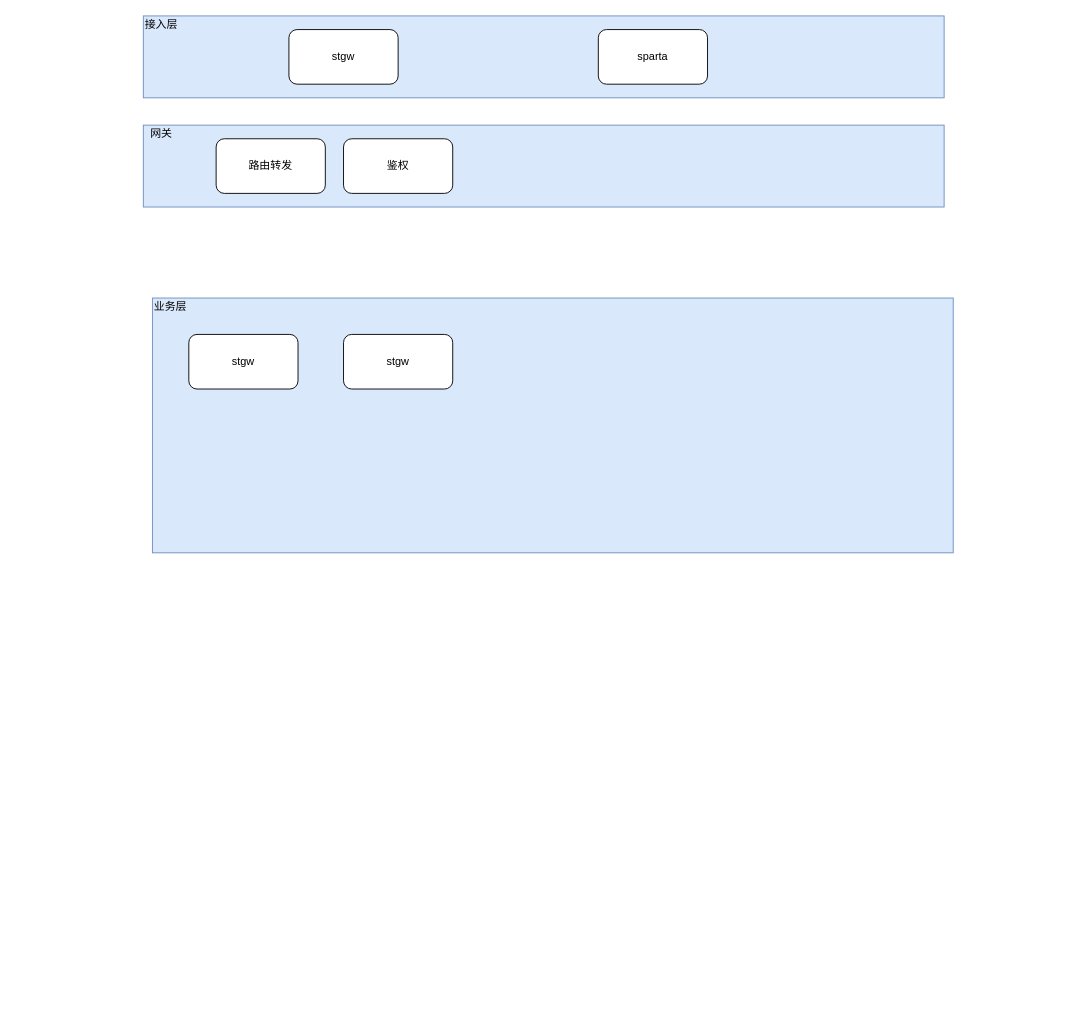
The draw.io diagram 2020H2架构图.drawio in SaturnRings/draw, before the edit. Source tidied: cells renumbered, new cells numbered last; positions are measured from the earlier drawing's top-left corner, leaving out a move shared by most shapes. Both pictures are drawn from the tidied source at 91%, with x=0, y=0 at pixel (143, 15).
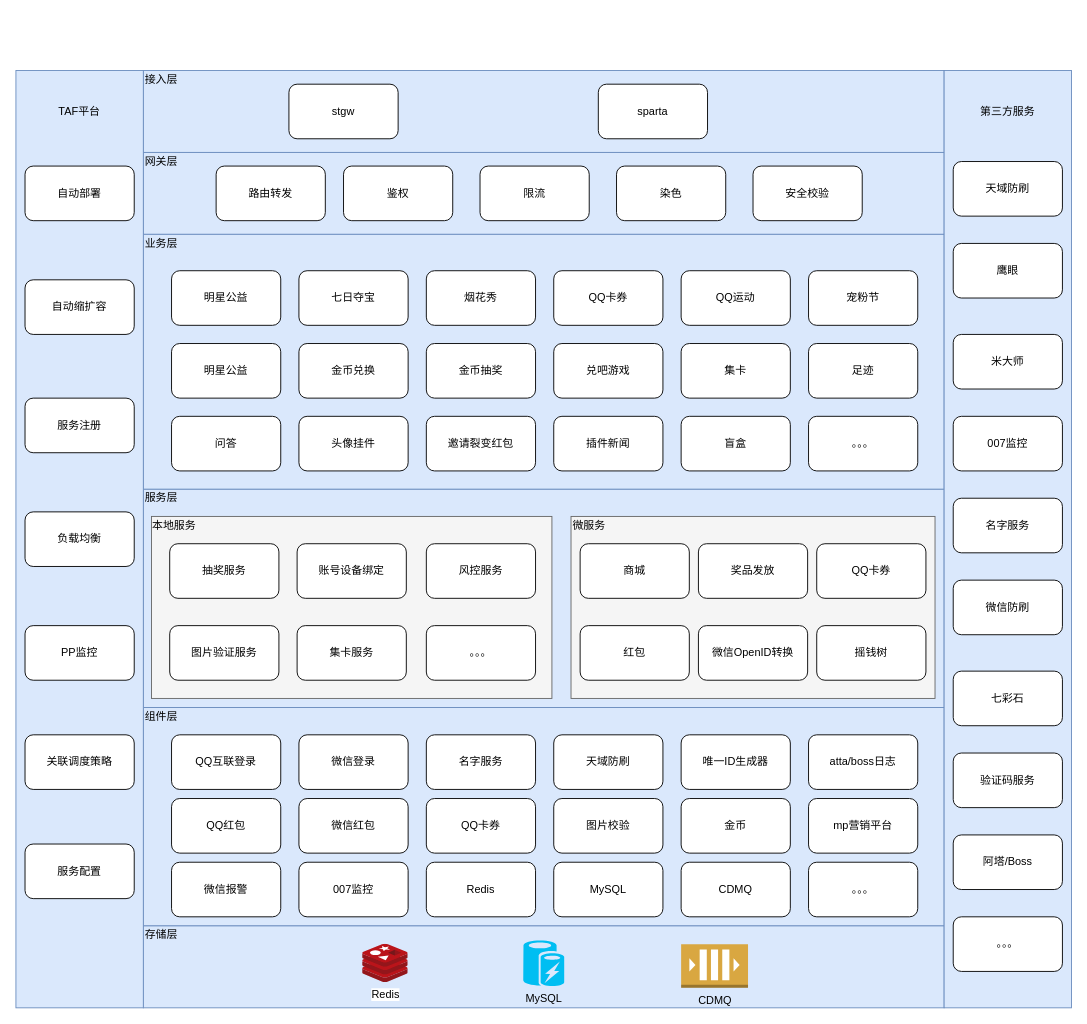
The same diagram, later.

Diff of the diagram source:
```diff
@@
+    <mxCell id="14" style="rounded=0;whiteSpace=wrap;html=1;fillColor=#dae8fc;strokeColor=#6c8ebf;" parent="1" vertex="1">
+      <mxGeometry y="760" width="880" height="240" as="geometry" />
+    </mxCell>
+    <mxCell id="15" value="组件层" style="text;html=1;strokeColor=none;fillColor=none;align=center;verticalAlign=middle;whiteSpace=wrap;rounded=0;" parent="1" vertex="1">
+      <mxGeometry y="760" width="40" height="20" as="geometry" />
+    </mxCell>
+    <mxCell id="16" style="group;" parent="1" vertex="1">
+      <mxGeometry y="60" width="880" height="90" as="geometry" />
+    </mxCell>
-    <mxCell id="2" style="rounded=0;whiteSpace=wrap;html=1;fillColor=#dae8fc;strokeColor=#6c8ebf;" parent="1" vertex="1">
+    <mxCell id="2" style="rounded=0;whiteSpace=wrap;html=1;fillColor=#dae8fc;strokeColor=#6c8ebf;" parent="16" vertex="1">
       <mxGeometry width="880" height="90" as="geometry" />
     </mxCell>
-    <mxCell id="3" style="rounded=0;whiteSpace=wrap;html=1;fillColor=#dae8fc;strokeColor=#6c8ebf;" parent="1" vertex="1">
-      <mxGeometry x="10" y="310" width="880" height="280" as="geometry" />
-    </mxCell>
-    <mxCell id="4" value="stgw" style="rounded=1;whiteSpace=wrap;html=1;" parent="1" vertex="1">
+    <mxCell id="4" value="stgw" style="rounded=1;whiteSpace=wrap;html=1;" parent="16" vertex="1">
       <mxGeometry x="160" y="15" width="120" height="60" as="geometry" />
     </mxCell>
-    <mxCell id="5" value="接入层" style="text;html=1;strokeColor=none;fillColor=none;align=center;verticalAlign=middle;whiteSpace=wrap;rounded=0;" parent="1" vertex="1">
+    <mxCell id="5" value="接入层" style="text;html=1;strokeColor=none;fillColor=none;align=center;verticalAlign=middle;whiteSpace=wrap;rounded=0;" parent="16" vertex="1">
       <mxGeometry width="40" height="20" as="geometry" />
     </mxCell>
-    <mxCell id="6" value="sparta" style="rounded=1;whiteSpace=wrap;html=1;" parent="1" vertex="1">
+    <mxCell id="6" value="sparta" style="rounded=1;whiteSpace=wrap;html=1;" parent="16" vertex="1">
       <mxGeometry x="500" y="15" width="120" height="60" as="geometry" />
     </mxCell>
-    <mxCell id="7" value="业务层" style="text;html=1;strokeColor=none;fillColor=none;align=center;verticalAlign=middle;whiteSpace=wrap;rounded=0;" parent="1" vertex="1">
-      <mxGeometry x="10" y="310" width="40" height="20" as="geometry" />
-    </mxCell>
-    <mxCell id="8" value="stgw" style="rounded=1;whiteSpace=wrap;html=1;" parent="1" vertex="1">
-      <mxGeometry x="50" y="350" width="120" height="60" as="geometry" />
-    </mxCell>
-    <mxCell id="9" value="stgw" style="rounded=1;whiteSpace=wrap;html=1;" parent="1" vertex="1">
-      <mxGeometry x="220" y="350" width="120" height="60" as="geometry" />
-    </mxCell>
+    <mxCell id="17" style="group;" parent="1" vertex="1">
+      <mxGeometry y="150" width="880" height="90" as="geometry" />
+    </mxCell>
-    <mxCell id="10" style="rounded=0;whiteSpace=wrap;html=1;fillColor=#dae8fc;strokeColor=#6c8ebf;" parent="1" vertex="1">
-      <mxGeometry y="120" width="880" height="90" as="geometry" />
+    <mxCell id="10" style="rounded=0;whiteSpace=wrap;html=1;fillColor=#dae8fc;strokeColor=#6c8ebf;" parent="17" vertex="1">
+      <mxGeometry width="880" height="90" as="geometry" />
     </mxCell>
-    <mxCell id="11" value="路由转发" style="rounded=1;whiteSpace=wrap;html=1;" parent="1" vertex="1">
-      <mxGeometry x="80" y="135" width="120" height="60" as="geometry" />
+    <mxCell id="11" value="路由转发" style="rounded=1;whiteSpace=wrap;html=1;" parent="17" vertex="1">
+      <mxGeometry x="80" y="15" width="120" height="60" as="geometry" />
     </mxCell>
-    <mxCell id="12" value="网关" style="text;html=1;strokeColor=none;fillColor=none;align=center;verticalAlign=middle;whiteSpace=wrap;rounded=0;" parent="1" vertex="1">
-      <mxGeometry y="120" width="40" height="20" as="geometry" />
+    <mxCell id="12" value="网关层" style="text;html=1;strokeColor=none;fillColor=none;align=center;verticalAlign=middle;whiteSpace=wrap;rounded=0;" parent="17" vertex="1">
+      <mxGeometry width="40" height="20" as="geometry" />
     </mxCell>
-    <mxCell id="13" value="鉴权" style="rounded=1;whiteSpace=wrap;html=1;" parent="1" vertex="1">
-      <mxGeometry x="220" y="135" width="120" height="60" as="geometry" />
+    <mxCell id="13" value="鉴权" style="rounded=1;whiteSpace=wrap;html=1;" parent="17" vertex="1">
+      <mxGeometry x="220" y="15" width="120" height="60" as="geometry" />
     </mxCell>
+    <mxCell id="18" value="限流" style="rounded=1;whiteSpace=wrap;html=1;" parent="17" vertex="1">
+      <mxGeometry x="370" y="15" width="120" height="60" as="geometry" />
+    </mxCell>
+    <mxCell id="19" value="染色" style="rounded=1;whiteSpace=wrap;html=1;" parent="17" vertex="1">
+      <mxGeometry x="520" y="15" width="120" height="60" as="geometry" />
+    </mxCell>
+    <mxCell id="20" value="安全校验" style="rounded=1;whiteSpace=wrap;html=1;" parent="17" vertex="1">
+      <mxGeometry x="670" y="15" width="120" height="60" as="geometry" />
+    </mxCell>
+    <mxCell id="21" style="group;" parent="1" vertex="1">
+      <mxGeometry y="520" width="880" height="240" as="geometry" />
+    </mxCell>
+    <mxCell id="22" style="rounded=0;whiteSpace=wrap;html=1;fillColor=#dae8fc;strokeColor=#6c8ebf;" parent="21" vertex="1">
+      <mxGeometry width="880" height="240" as="geometry" />
+    </mxCell>
+    <mxCell id="23" value="服务层" style="text;html=1;strokeColor=none;fillColor=none;align=center;verticalAlign=middle;whiteSpace=wrap;rounded=0;" parent="21" vertex="1">
+      <mxGeometry width="40" height="20" as="geometry" />
+    </mxCell>
+    <mxCell id="24" style="rounded=0;whiteSpace=wrap;html=1;fillColor=#f5f5f5;strokeColor=#666666;fontColor=#333333;" parent="21" vertex="1">
+      <mxGeometry x="9" y="30" width="440" height="200" as="geometry" />
+    </mxCell>
+    <mxCell id="25" value="本地服务" style="text;html=1;strokeColor=none;fillColor=none;align=center;verticalAlign=middle;whiteSpace=wrap;rounded=0;" parent="21" vertex="1">
+      <mxGeometry x="9" y="30" width="50" height="20" as="geometry" />
+    </mxCell>
+    <mxCell id="26" value="抽奖服务" style="rounded=1;whiteSpace=wrap;html=1;" parent="21" vertex="1">
+      <mxGeometry x="29" y="60" width="120" height="60" as="geometry" />
+    </mxCell>
+    <mxCell id="27" value="账号设备绑定" style="rounded=1;whiteSpace=wrap;html=1;" parent="21" vertex="1">
+      <mxGeometry x="169" y="60" width="120" height="60" as="geometry" />
+    </mxCell>
+    <mxCell id="28" value="风控服务" style="rounded=1;whiteSpace=wrap;html=1;" parent="21" vertex="1">
+      <mxGeometry x="311" y="60" width="120" height="60" as="geometry" />
+    </mxCell>
+    <mxCell id="29" value="图片验证服务" style="rounded=1;whiteSpace=wrap;html=1;" parent="21" vertex="1">
+      <mxGeometry x="29" y="150" width="120" height="60" as="geometry" />
+    </mxCell>
+    <mxCell id="30" value="集卡服务" style="rounded=1;whiteSpace=wrap;html=1;" parent="21" vertex="1">
+      <mxGeometry x="169" y="150" width="120" height="60" as="geometry" />
+    </mxCell>
+    <mxCell id="31" value="。。。" style="rounded=1;whiteSpace=wrap;html=1;" parent="21" vertex="1">
+      <mxGeometry x="311" y="150" width="120" height="60" as="geometry" />
+    </mxCell>
+    <mxCell id="32" style="rounded=0;whiteSpace=wrap;html=1;fillColor=#f5f5f5;strokeColor=#666666;fontColor=#333333;" parent="21" vertex="1">
+      <mxGeometry x="470" y="30" width="400" height="200" as="geometry" />
+    </mxCell>
+    <mxCell id="33" value="微服务" style="text;html=1;strokeColor=none;fillColor=none;align=center;verticalAlign=middle;whiteSpace=wrap;rounded=0;" parent="21" vertex="1">
+      <mxGeometry x="470" y="30" width="40" height="20" as="geometry" />
+    </mxCell>
+    <mxCell id="34" value="商城" style="rounded=1;whiteSpace=wrap;html=1;" parent="21" vertex="1">
+      <mxGeometry x="480" y="60" width="120" height="60" as="geometry" />
+    </mxCell>
+    <mxCell id="35" value="奖品发放" style="rounded=1;whiteSpace=wrap;html=1;" parent="21" vertex="1">
+      <mxGeometry x="610" y="60" width="120" height="60" as="geometry" />
+    </mxCell>
+    <mxCell id="36" value="QQ卡券" style="rounded=1;whiteSpace=wrap;html=1;" parent="21" vertex="1">
+      <mxGeometry x="740" y="60" width="120" height="60" as="geometry" />
+    </mxCell>
+    <mxCell id="37" value="红包" style="rounded=1;whiteSpace=wrap;html=1;" parent="21" vertex="1">
+      <mxGeometry x="480" y="150" width="120" height="60" as="geometry" />
+    </mxCell>
+    <mxCell id="38" value="微信OpenID转换" style="rounded=1;whiteSpace=wrap;html=1;" parent="21" vertex="1">
+      <mxGeometry x="610" y="150" width="120" height="60" as="geometry" />
+    </mxCell>
+    <mxCell id="39" value="摇钱树" style="rounded=1;whiteSpace=wrap;html=1;" parent="21" vertex="1">
+      <mxGeometry x="740" y="150" width="120" height="60" as="geometry" />
+    </mxCell>
+    <mxCell id="3" style="rounded=0;whiteSpace=wrap;html=1;fillColor=#dae8fc;strokeColor=#6c8ebf;" parent="1" vertex="1">
+      <mxGeometry y="240" width="880" height="280" as="geometry" />
+    </mxCell>
+    <mxCell id="7" value="业务层" style="text;html=1;strokeColor=none;fillColor=none;align=center;verticalAlign=middle;whiteSpace=wrap;rounded=0;" parent="1" vertex="1">
+      <mxGeometry y="240" width="40" height="20" as="geometry" />
+    </mxCell>
+    <mxCell id="8" value="明星公益" style="rounded=1;whiteSpace=wrap;html=1;" parent="1" vertex="1">
+      <mxGeometry x="31" y="280" width="120" height="60" as="geometry" />
+    </mxCell>
+    <mxCell id="9" value="七日夺宝" style="rounded=1;whiteSpace=wrap;html=1;" parent="1" vertex="1">
+      <mxGeometry x="171" y="280" width="120" height="60" as="geometry" />
+    </mxCell>
+    <mxCell id="40" value="烟花秀" style="rounded=1;whiteSpace=wrap;html=1;" parent="1" vertex="1">
+      <mxGeometry x="311" y="280" width="120" height="60" as="geometry" />
+    </mxCell>
+    <mxCell id="41" value="宠粉节" style="rounded=1;whiteSpace=wrap;html=1;" parent="1" vertex="1">
+      <mxGeometry x="731" y="280" width="120" height="60" as="geometry" />
+    </mxCell>
+    <mxCell id="42" value="QQ运动" style="rounded=1;whiteSpace=wrap;html=1;" parent="1" vertex="1">
+      <mxGeometry x="591" y="280" width="120" height="60" as="geometry" />
+    </mxCell>
+    <mxCell id="43" value="QQ卡券" style="rounded=1;whiteSpace=wrap;html=1;" parent="1" vertex="1">
+      <mxGeometry x="451" y="280" width="120" height="60" as="geometry" />
+    </mxCell>
+    <mxCell id="44" value="&lt;span&gt;足迹&lt;/span&gt;" style="rounded=1;whiteSpace=wrap;html=1;" parent="1" vertex="1">
+      <mxGeometry x="731" y="360" width="120" height="60" as="geometry" />
+    </mxCell>
+    <mxCell id="45" value="集卡" style="rounded=1;whiteSpace=wrap;html=1;" parent="1" vertex="1">
+      <mxGeometry x="591" y="360" width="120" height="60" as="geometry" />
+    </mxCell>
+    <mxCell id="46" value="兑吧游戏" style="rounded=1;whiteSpace=wrap;html=1;" parent="1" vertex="1">
+      <mxGeometry x="451" y="360" width="120" height="60" as="geometry" />
+    </mxCell>
+    <mxCell id="47" value="金币抽奖" style="rounded=1;whiteSpace=wrap;html=1;" parent="1" vertex="1">
+      <mxGeometry x="311" y="360" width="120" height="60" as="geometry" />
+    </mxCell>
+    <mxCell id="48" value="金币兑换" style="rounded=1;whiteSpace=wrap;html=1;" parent="1" vertex="1">
+      <mxGeometry x="171" y="360" width="120" height="60" as="geometry" />
+    </mxCell>
+    <mxCell id="49" value="明星公益" style="rounded=1;whiteSpace=wrap;html=1;" parent="1" vertex="1">
+      <mxGeometry x="31" y="360" width="120" height="60" as="geometry" />
+    </mxCell>
+    <mxCell id="50" value="。。。" style="rounded=1;whiteSpace=wrap;html=1;" parent="1" vertex="1">
+      <mxGeometry x="731" y="440" width="120" height="60" as="geometry" />
+    </mxCell>
+    <mxCell id="51" value="&lt;span&gt;盲盒&lt;/span&gt;" style="rounded=1;whiteSpace=wrap;html=1;" parent="1" vertex="1">
+      <mxGeometry x="591" y="440" width="120" height="60" as="geometry" />
+    </mxCell>
+    <mxCell id="52" value="&lt;span&gt;插件新闻&lt;/span&gt;" style="rounded=1;whiteSpace=wrap;html=1;" parent="1" vertex="1">
+      <mxGeometry x="451" y="440" width="120" height="60" as="geometry" />
+    </mxCell>
+    <mxCell id="53" value="邀请裂变红包" style="rounded=1;whiteSpace=wrap;html=1;" parent="1" vertex="1">
+      <mxGeometry x="311" y="440" width="120" height="60" as="geometry" />
+    </mxCell>
+    <mxCell id="54" value="&lt;span&gt;头像挂件&lt;/span&gt;" style="rounded=1;whiteSpace=wrap;html=1;" parent="1" vertex="1">
+      <mxGeometry x="171" y="440" width="120" height="60" as="geometry" />
+    </mxCell>
+    <mxCell id="55" value="&lt;span&gt;问答&lt;/span&gt;" style="rounded=1;whiteSpace=wrap;html=1;" parent="1" vertex="1">
+      <mxGeometry x="31" y="440" width="120" height="60" as="geometry" />
+    </mxCell>
+    <mxCell id="56" value="QQ互联登录" style="rounded=1;whiteSpace=wrap;html=1;" parent="1" vertex="1">
+      <mxGeometry x="31" y="790" width="120" height="60" as="geometry" />
+    </mxCell>
+    <mxCell id="57" value="&lt;span&gt;微信登录&lt;/span&gt;" style="rounded=1;whiteSpace=wrap;html=1;" parent="1" vertex="1">
+      <mxGeometry x="171" y="790" width="120" height="60" as="geometry" />
+    </mxCell>
+    <mxCell id="58" value="名字服务" style="rounded=1;whiteSpace=wrap;html=1;" parent="1" vertex="1">
+      <mxGeometry x="311" y="790" width="120" height="60" as="geometry" />
+    </mxCell>
+    <mxCell id="59" value="&lt;span&gt;天域防刷&lt;/span&gt;" style="rounded=1;whiteSpace=wrap;html=1;" parent="1" vertex="1">
+      <mxGeometry x="451" y="790" width="120" height="60" as="geometry" />
+    </mxCell>
+    <mxCell id="60" value="唯一ID生成器" style="rounded=1;whiteSpace=wrap;html=1;" parent="1" vertex="1">
+      <mxGeometry x="591" y="790" width="120" height="60" as="geometry" />
+    </mxCell>
+    <mxCell id="61" value="atta/boss日志" style="rounded=1;whiteSpace=wrap;html=1;" parent="1" vertex="1">
+      <mxGeometry x="731" y="790" width="120" height="60" as="geometry" />
+    </mxCell>
+    <mxCell id="62" value="&lt;span&gt;QQ红包&lt;/span&gt;" style="rounded=1;whiteSpace=wrap;html=1;" parent="1" vertex="1">
+      <mxGeometry x="31" y="860" width="120" height="60" as="geometry" />
+    </mxCell>
+    <mxCell id="63" value="&lt;span&gt;微信红包&lt;/span&gt;" style="rounded=1;whiteSpace=wrap;html=1;" parent="1" vertex="1">
+      <mxGeometry x="171" y="860" width="120" height="60" as="geometry" />
+    </mxCell>
+    <mxCell id="64" value="QQ卡券" style="rounded=1;whiteSpace=wrap;html=1;" parent="1" vertex="1">
+      <mxGeometry x="311" y="860" width="120" height="60" as="geometry" />
+    </mxCell>
+    <mxCell id="65" value="&lt;span&gt;图片校验&lt;/span&gt;" style="rounded=1;whiteSpace=wrap;html=1;" parent="1" vertex="1">
+      <mxGeometry x="451" y="860" width="120" height="60" as="geometry" />
+    </mxCell>
+    <mxCell id="66" value="&lt;span&gt;金币&lt;/span&gt;" style="rounded=1;whiteSpace=wrap;html=1;" parent="1" vertex="1">
+      <mxGeometry x="591" y="860" width="120" height="60" as="geometry" />
+    </mxCell>
+    <mxCell id="67" value="mp营销平台" style="rounded=1;whiteSpace=wrap;html=1;" parent="1" vertex="1">
+      <mxGeometry x="731" y="860" width="120" height="60" as="geometry" />
+    </mxCell>
+    <mxCell id="68" value="微信报警" style="rounded=1;whiteSpace=wrap;html=1;" parent="1" vertex="1">
+      <mxGeometry x="31" y="930" width="120" height="60" as="geometry" />
+    </mxCell>
+    <mxCell id="69" value="007监控" style="rounded=1;whiteSpace=wrap;html=1;" parent="1" vertex="1">
+      <mxGeometry x="171" y="930" width="120" height="60" as="geometry" />
+    </mxCell>
+    <mxCell id="70" value="Redis" style="rounded=1;whiteSpace=wrap;html=1;" parent="1" vertex="1">
+      <mxGeometry x="311" y="930" width="120" height="60" as="geometry" />
+    </mxCell>
+    <mxCell id="71" value="&lt;span&gt;MySQL&lt;/span&gt;" style="rounded=1;whiteSpace=wrap;html=1;" parent="1" vertex="1">
+      <mxGeometry x="451" y="930" width="120" height="60" as="geometry" />
+    </mxCell>
+    <mxCell id="72" value="&lt;span&gt;CDMQ&lt;/span&gt;" style="rounded=1;whiteSpace=wrap;html=1;" parent="1" vertex="1">
+      <mxGeometry x="591" y="930" width="120" height="60" as="geometry" />
+    </mxCell>
+    <mxCell id="73" value="。。。" style="rounded=1;whiteSpace=wrap;html=1;" parent="1" vertex="1">
+      <mxGeometry x="731" y="930" width="120" height="60" as="geometry" />
+    </mxCell>
+    <mxCell id="74" style="rounded=0;whiteSpace=wrap;html=1;fillColor=#dae8fc;strokeColor=#6c8ebf;" parent="1" vertex="1">
+      <mxGeometry y="1000" width="880" height="90" as="geometry" />
+    </mxCell>
+    <mxCell id="75" value="存储层" style="text;html=1;strokeColor=none;fillColor=none;align=center;verticalAlign=middle;whiteSpace=wrap;rounded=0;" parent="1" vertex="1">
+      <mxGeometry y="1000" width="40" height="20" as="geometry" />
+    </mxCell>
+    <mxCell id="76" value="Redis" style="html=1;align=center;image;fontSize=12;image=img/lib/mscae/Cache_Redis_Product.svg;" parent="1" vertex="1">
+      <mxGeometry x="241" y="1020" width="50" height="42" as="geometry" />
+    </mxCell>
+    <mxCell id="77" value="MySQL" style="verticalLabelPosition=bottom;html=1;verticalAlign=top;align=center;strokeColor=none;fillColor=#00BEF2;shape=mxgraph.azure.azure_cache;" parent="1" vertex="1">
+      <mxGeometry x="417.5" y="1016" width="45" height="50" as="geometry" />
+    </mxCell>
+    <mxCell id="78" value="CDMQ" style="dashed=0;verticalLabelPosition=bottom;verticalAlign=top;align=center;html=1;shape=mxgraph.aws3.queue;fillColor=#D9A741;gradientColor=none;" parent="1" vertex="1">
+      <mxGeometry x="591" y="1020" width="73.5" height="48" as="geometry" />
+    </mxCell>
+    <mxCell id="79" style="rounded=0;whiteSpace=wrap;html=1;fillColor=#dae8fc;strokeColor=#6c8ebf;" parent="1" vertex="1">
+      <mxGeometry x="-140" y="60" width="140" height="1030" as="geometry" />
+    </mxCell>
+    <mxCell id="80" value="TAF平台" style="text;html=1;strokeColor=none;fillColor=none;align=center;verticalAlign=middle;whiteSpace=wrap;rounded=0;" parent="1" vertex="1">
+      <mxGeometry x="-105" y="90" width="70" height="30" as="geometry" />
+    </mxCell>
+    <mxCell id="81" value="自动部署" style="rounded=1;whiteSpace=wrap;html=1;" parent="1" vertex="1">
+      <mxGeometry x="-130" y="165" width="120" height="60" as="geometry" />
+    </mxCell>
+    <mxCell id="82" value="自动缩扩容" style="rounded=1;whiteSpace=wrap;html=1;" parent="1" vertex="1">
+      <mxGeometry x="-130" y="290" width="120" height="60" as="geometry" />
+    </mxCell>
+    <mxCell id="83" value="服务注册" style="rounded=1;whiteSpace=wrap;html=1;" parent="1" vertex="1">
+      <mxGeometry x="-130" y="420" width="120" height="60" as="geometry" />
+    </mxCell>
+    <mxCell id="84" value="负载均衡" style="rounded=1;whiteSpace=wrap;html=1;" parent="1" vertex="1">
+      <mxGeometry x="-130" y="545" width="120" height="60" as="geometry" />
+    </mxCell>
+    <mxCell id="85" value="PP监控" style="rounded=1;whiteSpace=wrap;html=1;" parent="1" vertex="1">
+      <mxGeometry x="-130" y="670" width="120" height="60" as="geometry" />
+    </mxCell>
+    <mxCell id="86" value="关联调度策略" style="rounded=1;whiteSpace=wrap;html=1;" parent="1" vertex="1">
+      <mxGeometry x="-130" y="790" width="120" height="60" as="geometry" />
+    </mxCell>
+    <mxCell id="87" value="服务配置" style="rounded=1;whiteSpace=wrap;html=1;" parent="1" vertex="1">
+      <mxGeometry x="-130" y="910" width="120" height="60" as="geometry" />
+    </mxCell>
+    <mxCell id="88" style="rounded=0;whiteSpace=wrap;html=1;fillColor=#dae8fc;strokeColor=#6c8ebf;" parent="1" vertex="1">
+      <mxGeometry x="880" y="60" width="140" height="1030" as="geometry" />
+    </mxCell>
+    <mxCell id="89" value="第三方服务" style="text;html=1;strokeColor=none;fillColor=none;align=center;verticalAlign=middle;whiteSpace=wrap;rounded=0;" parent="1" vertex="1">
+      <mxGeometry x="915" y="90" width="70" height="30" as="geometry" />
+    </mxCell>
+    <mxCell id="90" value="天域防刷" style="rounded=1;whiteSpace=wrap;html=1;" parent="1" vertex="1">
+      <mxGeometry x="890" y="160" width="120" height="60" as="geometry" />
+    </mxCell>
+    <mxCell id="91" value="鹰眼" style="rounded=1;whiteSpace=wrap;html=1;" parent="1" vertex="1">
+      <mxGeometry x="890" y="250" width="120" height="60" as="geometry" />
+    </mxCell>
+    <mxCell id="92" value="007监控" style="rounded=1;whiteSpace=wrap;html=1;" parent="1" vertex="1">
+      <mxGeometry x="890" y="440" width="120" height="60" as="geometry" />
+    </mxCell>
+    <mxCell id="93" value="米大师" style="rounded=1;whiteSpace=wrap;html=1;" parent="1" vertex="1">
+      <mxGeometry x="890" y="350" width="120" height="60" as="geometry" />
+    </mxCell>
+    <mxCell id="94" value="验证码服务" style="rounded=1;whiteSpace=wrap;html=1;" parent="1" vertex="1">
+      <mxGeometry x="890" y="810" width="120" height="60" as="geometry" />
+    </mxCell>
+    <mxCell id="95" value="七彩石" style="rounded=1;whiteSpace=wrap;html=1;" parent="1" vertex="1">
+      <mxGeometry x="890" y="720" width="120" height="60" as="geometry" />
+    </mxCell>
+    <mxCell id="96" value="名字服务" style="rounded=1;whiteSpace=wrap;html=1;" parent="1" vertex="1">
+      <mxGeometry x="890" y="530" width="120" height="60" as="geometry" />
+    </mxCell>
+    <mxCell id="97" value="微信防刷" style="rounded=1;whiteSpace=wrap;html=1;" parent="1" vertex="1">
+      <mxGeometry x="890" y="620" width="120" height="60" as="geometry" />
+    </mxCell>
+    <mxCell id="98" value="阿塔/Boss" style="rounded=1;whiteSpace=wrap;html=1;" parent="1" vertex="1">
+      <mxGeometry x="890" y="900" width="120" height="60" as="geometry" />
+    </mxCell>
+    <mxCell id="99" value="。。。" style="rounded=1;whiteSpace=wrap;html=1;" parent="1" vertex="1">
+      <mxGeometry x="890" y="990" width="120" height="60" as="geometry" />
+    </mxCell>
```
